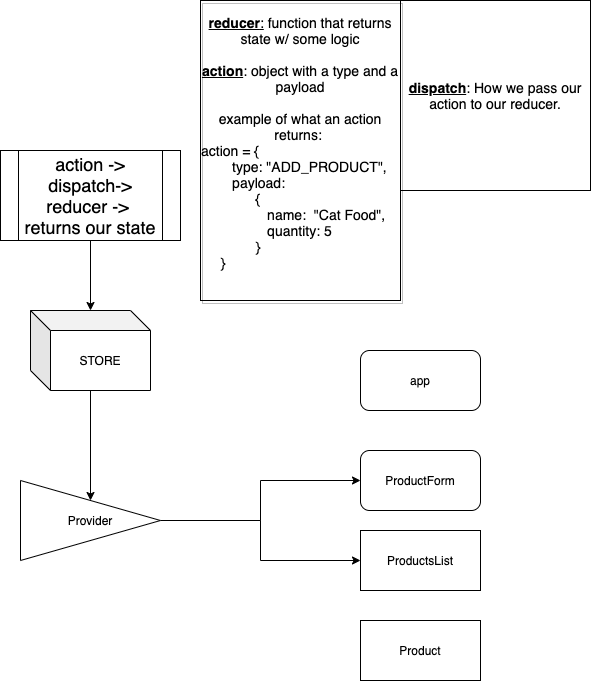
Ejguzman3988/bodega-redux keeps this draw.io diagram as NodeTree.png. Above is the earlier version. Source tidied: cells renumbered, new cells last; positions are measured from the earlier drawing's top-left corner, leaving out a move shared by most shapes. Source of this version:
```xml
<mxGraphModel background="#FFFFFF">
  <root>
    <mxCell id="0" />
    <mxCell id="1" parent="0" />
    <mxCell id="2" value="app" style="rounded=1;whiteSpace=wrap;html=1;" parent="1" vertex="1">
      <mxGeometry x="360" y="350" width="120" height="60" as="geometry" />
    </mxCell>
    <mxCell id="3" value="ProductsList" style="rounded=0;whiteSpace=wrap;html=1;" parent="1" vertex="1">
      <mxGeometry x="360" y="530" width="120" height="60" as="geometry" />
    </mxCell>
    <mxCell id="4" value="Product&lt;br&gt;" style="rounded=0;whiteSpace=wrap;html=1;" parent="1" vertex="1">
      <mxGeometry x="360" y="620" width="120" height="60" as="geometry" />
    </mxCell>
    <mxCell id="5" value="ProductForm&lt;br&gt;" style="rounded=1;whiteSpace=wrap;html=1;" parent="1" vertex="1">
      <mxGeometry x="360" y="450" width="120" height="60" as="geometry" />
    </mxCell>
    <mxCell id="6" style="edgeStyle=orthogonalEdgeStyle;rounded=0;jettySize=auto;html=1;entryX=0.5;entryY=0;entryDx=0;entryDy=0;" parent="1" edge="1" source="7" target="13">
      <mxGeometry relative="1" as="geometry" />
    </mxCell>
    <mxCell id="7" value="STORE" style="shape=cube;whiteSpace=wrap;html=1;boundedLbl=1;backgroundOutline=1;darkOpacity=0.05;darkOpacity2=0.1;" parent="1" vertex="1">
      <mxGeometry x="30" y="310" width="120" height="80" as="geometry" />
    </mxCell>
    <mxCell id="8" style="edgeStyle=orthogonalEdgeStyle;rounded=0;jettySize=auto;html=1;" parent="1" edge="1" source="9" target="7">
      <mxGeometry relative="1" as="geometry" />
    </mxCell>
    <mxCell id="9" value="&lt;font style=&quot;font-size: 18px&quot;&gt;action -&amp;gt; dispatch-&amp;gt; reducer -&amp;gt;&amp;nbsp;&lt;br&gt;returns our state&lt;br&gt;&lt;/font&gt;" style="shape=process;whiteSpace=wrap;html=1;backgroundOutline=1;" parent="1" vertex="1">
      <mxGeometry y="150" width="180" height="90" as="geometry" />
    </mxCell>
    <mxCell id="10" value="&lt;font style=&quot;font-size: 14px&quot;&gt;&lt;u&gt;&lt;b&gt;dispatch&lt;/b&gt;&lt;/u&gt;: How we pass our action to our reducer.&lt;/font&gt;" style="text;html=1;align=center;verticalAlign=middle;whiteSpace=wrap;rounded=0;strokeColor=#000000;" parent="1" vertex="1">
      <mxGeometry x="400" width="190" height="190" as="geometry" />
    </mxCell>
    <mxCell id="11" style="edgeStyle=orthogonalEdgeStyle;rounded=0;jettySize=auto;html=1;" parent="1" edge="1" source="13" target="5">
      <mxGeometry relative="1" as="geometry" />
    </mxCell>
    <mxCell id="12" style="edgeStyle=orthogonalEdgeStyle;rounded=0;jettySize=auto;html=1;" parent="1" edge="1" source="13" target="3">
      <mxGeometry relative="1" as="geometry" />
    </mxCell>
    <mxCell id="13" value="Provider" style="triangle;whiteSpace=wrap;html=1;" parent="1" vertex="1">
      <mxGeometry x="20" y="480" width="140" height="80" as="geometry" />
    </mxCell>
    <mxCell id="14" value="&lt;font style=&quot;font-size: 14px&quot;&gt;&lt;u&gt;&lt;b&gt;reducer&lt;/b&gt;:&lt;/u&gt; function that returns state w/ some logic&lt;br&gt;&lt;br&gt;&lt;u&gt;&lt;b&gt;action&lt;/b&gt;&lt;/u&gt;: object with a type and a payload&lt;br&gt;&lt;br&gt;example of what an action returns:&amp;nbsp;&lt;br&gt;&lt;div style=&quot;text-align: left&quot;&gt;&lt;span&gt;action = {&amp;nbsp;&lt;/span&gt;&lt;/div&gt;&lt;div style=&quot;text-align: left&quot;&gt;&lt;span&gt;&amp;nbsp; &amp;nbsp; &amp;nbsp; &amp;nbsp; type: &quot;ADD_PRODUCT&quot;,&lt;/span&gt;&lt;/div&gt;&lt;div style=&quot;text-align: left&quot;&gt;&lt;span&gt;&amp;nbsp; &amp;nbsp; &amp;nbsp; &amp;nbsp; payload:&lt;/span&gt;&lt;/div&gt;&lt;div style=&quot;text-align: left&quot;&gt;&lt;span&gt;&amp;nbsp; &amp;nbsp; &amp;nbsp; &amp;nbsp; &amp;nbsp; &amp;nbsp; &amp;nbsp; {&lt;/span&gt;&lt;/div&gt;&lt;div style=&quot;text-align: left&quot;&gt;&lt;span&gt;&amp;nbsp; &amp;nbsp; &amp;nbsp; &amp;nbsp; &amp;nbsp; &amp;nbsp; &amp;nbsp; &amp;nbsp; &amp;nbsp;name:&amp;nbsp; &quot;Cat Food&quot;,&lt;/span&gt;&lt;/div&gt;&lt;div style=&quot;text-align: left&quot;&gt;&lt;span&gt;&amp;nbsp; &amp;nbsp; &amp;nbsp; &amp;nbsp; &amp;nbsp; &amp;nbsp; &amp;nbsp; &amp;nbsp; &amp;nbsp;quantity: 5&lt;/span&gt;&lt;/div&gt;&lt;div style=&quot;text-align: left&quot;&gt;&lt;span&gt;&amp;nbsp; &amp;nbsp; &amp;nbsp; &amp;nbsp; &amp;nbsp; &amp;nbsp; &amp;nbsp; }&lt;/span&gt;&lt;/div&gt;&lt;div style=&quot;text-align: left&quot;&gt;&lt;span&gt;&amp;nbsp; &amp;nbsp; &amp;nbsp;}&lt;/span&gt;&lt;/div&gt;&lt;br&gt;&lt;/font&gt;" style="text;html=1;align=center;verticalAlign=middle;whiteSpace=wrap;rounded=0;shadow=1;strokeColor=#000000;" parent="1" vertex="1">
      <mxGeometry x="200" width="200" height="300" as="geometry" />
    </mxCell>
  </root>
</mxGraphModel>
```
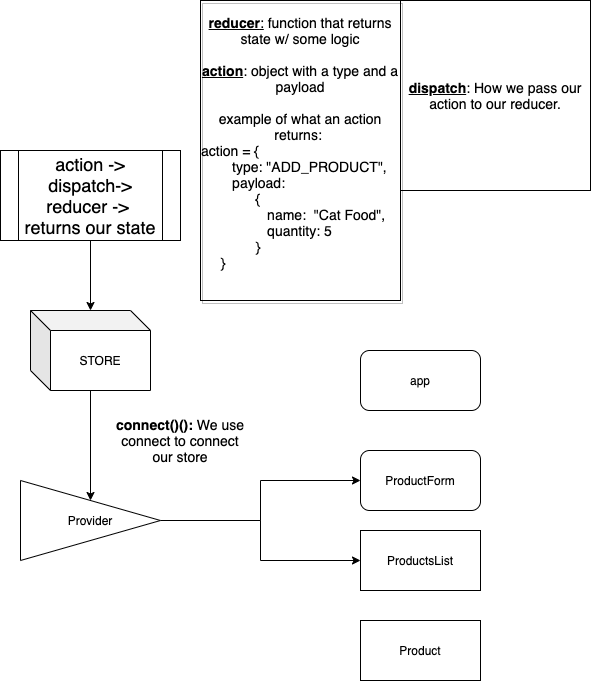
After the commit.

Commit message:
Updates Node Tree Diagram to include the connect()() to show how we are linking the components.

The edit, as a diff of the source:
```diff
@@ -41,5 +41,8 @@
     <mxCell id="14" value="&lt;font style=&quot;font-size: 14px&quot;&gt;&lt;u&gt;&lt;b&gt;reducer&lt;/b&gt;:&lt;/u&gt; function that returns state w/ some logic&lt;br&gt;&lt;br&gt;&lt;u&gt;&lt;b&gt;action&lt;/b&gt;&lt;/u&gt;: object with a type and a payload&lt;br&gt;&lt;br&gt;example of what an action returns:&amp;nbsp;&lt;br&gt;&lt;div style=&quot;text-align: left&quot;&gt;&lt;span&gt;action = {&amp;nbsp;&lt;/span&gt;&lt;/div&gt;&lt;div style=&quot;text-align: left&quot;&gt;&lt;span&gt;&amp;nbsp; &amp;nbsp; &amp;nbsp; &amp;nbsp; type: &quot;ADD_PRODUCT&quot;,&lt;/span&gt;&lt;/div&gt;&lt;div style=&quot;text-align: left&quot;&gt;&lt;span&gt;&amp;nbsp; &amp;nbsp; &amp;nbsp; &amp;nbsp; payload:&lt;/span&gt;&lt;/div&gt;&lt;div style=&quot;text-align: left&quot;&gt;&lt;span&gt;&amp;nbsp; &amp;nbsp; &amp;nbsp; &amp;nbsp; &amp;nbsp; &amp;nbsp; &amp;nbsp; {&lt;/span&gt;&lt;/div&gt;&lt;div style=&quot;text-align: left&quot;&gt;&lt;span&gt;&amp;nbsp; &amp;nbsp; &amp;nbsp; &amp;nbsp; &amp;nbsp; &amp;nbsp; &amp;nbsp; &amp;nbsp; &amp;nbsp;name:&amp;nbsp; &quot;Cat Food&quot;,&lt;/span&gt;&lt;/div&gt;&lt;div style=&quot;text-align: left&quot;&gt;&lt;span&gt;&amp;nbsp; &amp;nbsp; &amp;nbsp; &amp;nbsp; &amp;nbsp; &amp;nbsp; &amp;nbsp; &amp;nbsp; &amp;nbsp;quantity: 5&lt;/span&gt;&lt;/div&gt;&lt;div style=&quot;text-align: left&quot;&gt;&lt;span&gt;&amp;nbsp; &amp;nbsp; &amp;nbsp; &amp;nbsp; &amp;nbsp; &amp;nbsp; &amp;nbsp; }&lt;/span&gt;&lt;/div&gt;&lt;div style=&quot;text-align: left&quot;&gt;&lt;span&gt;&amp;nbsp; &amp;nbsp; &amp;nbsp;}&lt;/span&gt;&lt;/div&gt;&lt;br&gt;&lt;/font&gt;" style="text;html=1;align=center;verticalAlign=middle;whiteSpace=wrap;rounded=0;shadow=1;strokeColor=#000000;" parent="1" vertex="1">
       <mxGeometry x="200" width="200" height="300" as="geometry" />
     </mxCell>
+    <mxCell id="15" value="&lt;font style=&quot;font-size: 14px&quot;&gt;&lt;b&gt;connect()(): &lt;/b&gt;We use connect to connect our store&lt;/font&gt;" style="text;html=1;strokeColor=none;fillColor=none;align=center;verticalAlign=middle;whiteSpace=wrap;rounded=0;" parent="1" vertex="1">
+      <mxGeometry x="110" y="400" width="140" height="80" as="geometry" />
+    </mxCell>
   </root>
 </mxGraphModel>
```
